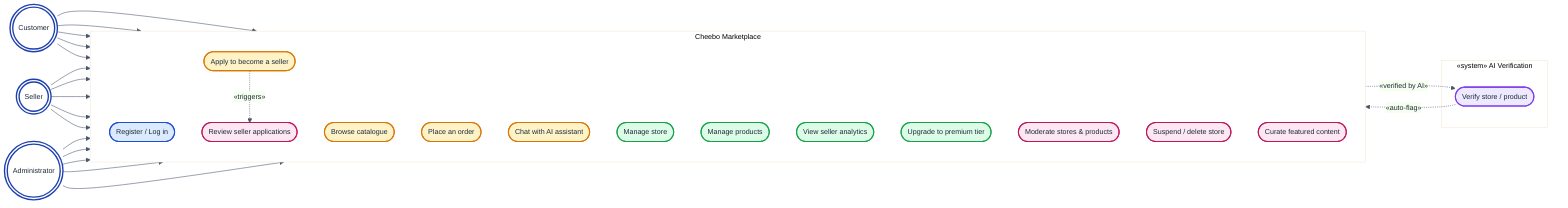
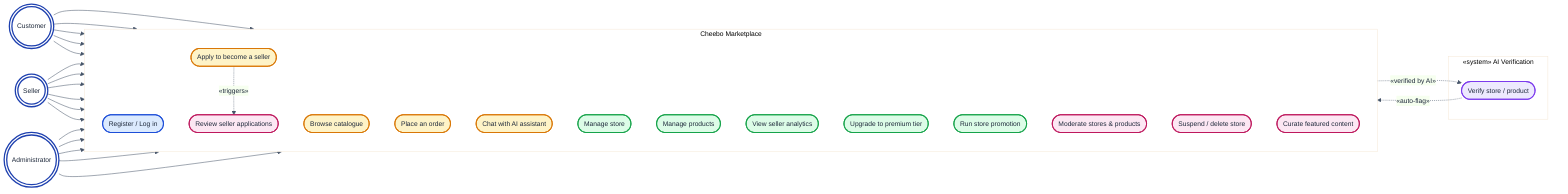
%%{init: {'theme':'base','themeVariables':{'primaryColor':'#EFF6FF','primaryBorderColor':'#1E40AF','primaryTextColor':'#1E293B','lineColor':'#475569','fontFamily':'Helvetica','fontSize':'13px'}}}%%
flowchart LR
    C((("Customer")))
    S((("Seller")))
    A((("Administrator")))

    subgraph SYS["Cheebo Marketplace"]
      direction TB
      UC_AUTH(["Register / Log in"])
      UC_BROWSE(["Browse catalogue"])
      UC_ORDER(["Place an order"])
      UC_CHAT(["Chat with AI assistant"])
      UC_APPLY(["Apply to become a seller"])
      UC_STORE(["Manage store"])
      UC_PROD(["Manage products"])
      UC_AN(["View seller analytics"])
      UC_UPG(["Upgrade to premium tier"])
+       UC_SALE(["Run store promotion"])
      UC_REV(["Review seller applications"])
      UC_MOD(["Moderate stores & products"])
      UC_SUSP(["Suspend / delete store"])
      UC_FEAT(["Curate featured content"])
    end

    subgraph AISYS["«system» AI Verification"]
      AI_V(["Verify store / product"])
    end

    C --> UC_AUTH
    C --> UC_BROWSE
    C --> UC_ORDER
    C --> UC_CHAT
    C --> UC_APPLY

    S --> UC_AUTH
    S --> UC_STORE
    S --> UC_PROD
    S --> UC_AN
    S --> UC_UPG
+     S --> UC_SALE

    A --> UC_AUTH
    A --> UC_REV
    A --> UC_MOD
    A --> UC_SUSP
    A --> UC_FEAT

    UC_APPLY -. "«triggers»" .-> UC_REV
    UC_PROD  -. "«verified by AI»" .-> AI_V
    AI_V     -. "«auto-flag»" .-> UC_MOD

    classDef actor    fill:#FFFFFF,stroke:#1E40AF,stroke-width:2.5px,color:#1E293B
    classDef shared   fill:#DBEAFE,stroke:#1D4ED8,stroke-width:2px,color:#1E293B
    classDef customer fill:#FEF3C7,stroke:#D97706,stroke-width:2px,color:#1E293B
    classDef seller   fill:#DCFCE7,stroke:#16A34A,stroke-width:2px,color:#1E293B
    classDef admin    fill:#FCE7F3,stroke:#BE185D,stroke-width:2px,color:#1E293B
    classDef aicase   fill:#EDE9FE,stroke:#7C3AED,stroke-width:2px,color:#1E293B

    class C,S,A actor
    class UC_AUTH shared
    class UC_BROWSE,UC_ORDER,UC_CHAT,UC_APPLY customer
-     class UC_STORE,UC_PROD,UC_AN,UC_UPG seller
+     class UC_STORE,UC_PROD,UC_AN,UC_UPG,UC_SALE seller
    class UC_REV,UC_MOD,UC_SUSP,UC_FEAT admin
    class AI_V aicase
